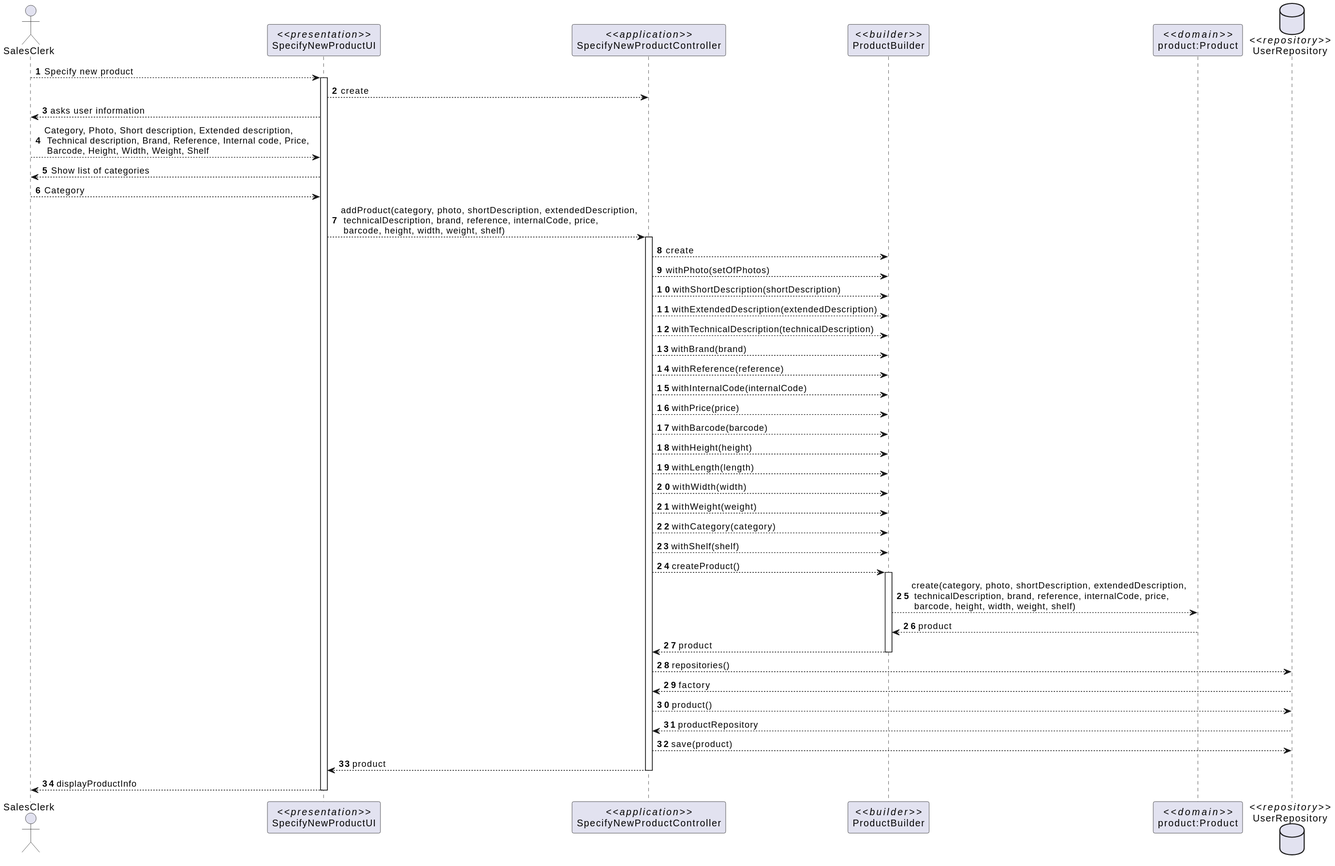
Before: Documentação/1201276/US1001/US1001_SD.svg, a diagram exported from PlantUML (Pedromaia26/LAPR4-ISEP). Its diagram source:
```plantuml
@startuml
actor SalesClerk as adm
participant "//<<presentation>>//\nSpecifyNewProductUI" as ui
participant "//<<application>>//\nSpecifyNewProductController" as cc
participant "//<<builder>>//\nProductBuilder" as build
participant "//<<domain>>//\nproduct:Product" as user
database "//<<repository>>//\nUserRepository" as db

autonumber

adm-->ui: Specify new product

activate ui

ui-->cc: create

ui-->adm: asks user information

adm-->ui: Category, Photo, Short description, Extended description,\n Technical description, Brand, Reference, Internal code, Price,\n Barcode, Height, Width, Weight, Shelf

ui-->adm: Show list of categories

adm-->ui: Category

ui-->cc: addProduct(category, photo, shortDescription, extendedDescription,\n technicalDescription, brand, reference, internalCode, price,\n barcode, height, width, weight, shelf)

activate cc

cc-->build: create

cc-->build: withPhoto(setOfPhotos)

cc-->build: withShortDescription(shortDescription)

cc-->build: withExtendedDescription(extendedDescription)

cc-->build: withTechnicalDescription(technicalDescription)

cc-->build: withBrand(brand)

cc-->build: withReference(reference)

cc-->build: withInternalCode(internalCode)

cc-->build: withPrice(price)

cc-->build: withBarcode(barcode)

cc-->build: withHeight(height)

cc-->build: withLength(length)

cc-->build: withWidth(width)

cc-->build: withWeight(weight)

cc-->build: withCategory(category)

cc-->build: withShelf(shelf)

cc-->build: createProduct()

activate build

build-->user: create(category, photo, shortDescription, extendedDescription,\n technicalDescription, brand, reference, internalCode, price,\n barcode, height, width, weight, shelf)

user-->build: product

build-->cc: product

deactivate build

cc-->db: repositories()

db-->cc: factory

cc-->db: product()

db-->cc: productRepository

cc-->db: save(product)

cc-->ui: product

deactivate cc

ui-->adm: displayProductInfo

deactivate ui
@enduml
```
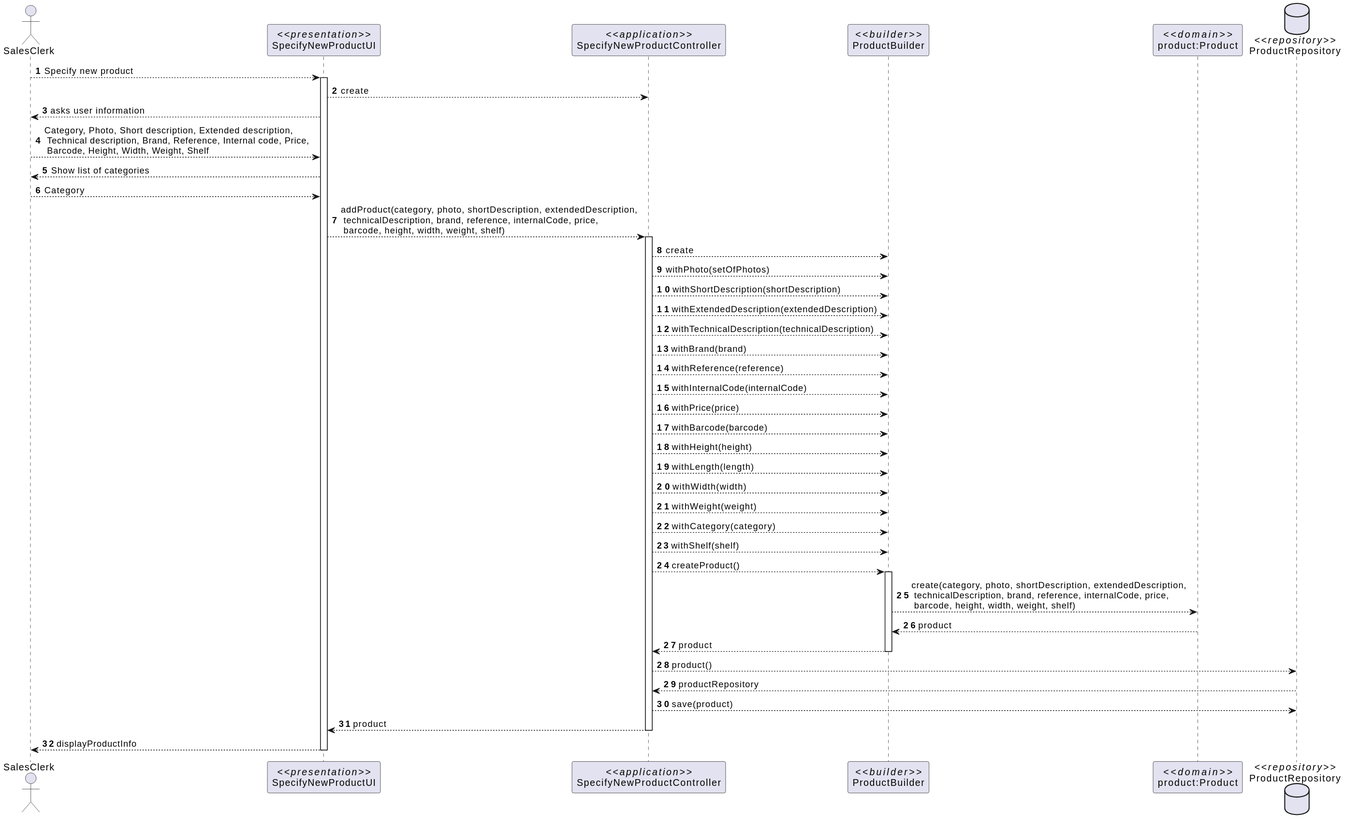
After the change.

The edit, as a diff of the source:
```diff
@@ -4,7 +4,7 @@
 participant "//<<application>>//\nSpecifyNewProductController" as cc
 participant "//<<builder>>//\nProductBuilder" as build
 participant "//<<domain>>//\nproduct:Product" as user
-database "//<<repository>>//\nUserRepository" as db
+database "//<<repository>>//\nProductRepository" as db
 
 autonumber
 
@@ -70,10 +70,6 @@
 
 deactivate build
 
-cc-->db: repositories()
-
-db-->cc: factory
-
 cc-->db: product()
 
 db-->cc: productRepository
```
